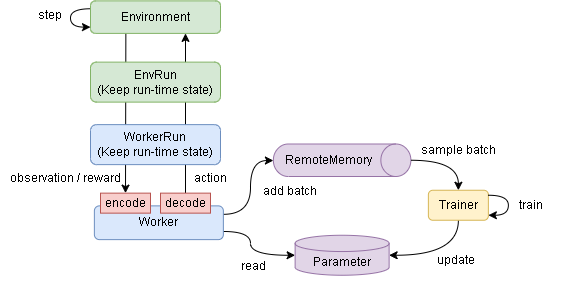
pocokhc/simple_distributed_rl keeps this draw.io diagram as diagrams/overview-sequence.drawio.png. Above is the earlier version. Source tidied: cells renumbered, new cells last; positions are measured from the earlier drawing's top-left corner, leaving out a move shared by most shapes.
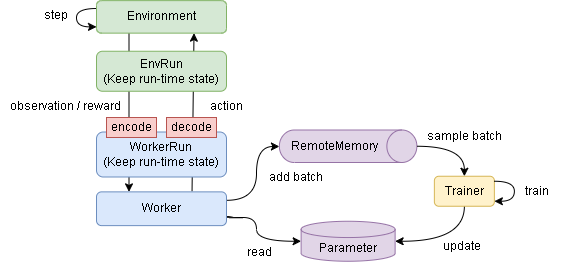
The same file after the commit.

The edit, as a diff of the source:
```diff
@@ -2,13 +2,11 @@
   <root>
     <mxCell id="0" />
     <mxCell id="1" parent="0" />
-    <mxCell id="2" style="rounded=0;jettySize=auto;html=1;entryX=0.5;entryY=0;entryDx=0;entryDy=0;exitX=0.272;exitY=0.968;exitDx=0;exitDy=0;exitPerimeter=0;" parent="1" edge="1" source="23" target="28">
+    <mxCell id="2" style="rounded=0;jettySize=auto;html=1;entryX=0.25;entryY=0;entryDx=0;entryDy=0;exitX=0.25;exitY=1;exitDx=0;exitDy=0;" parent="1" edge="1" source="23" target="26">
       <mxGeometry relative="1" as="geometry" />
     </mxCell>
-    <mxCell id="3" style="rounded=0;jettySize=auto;html=1;exitX=0.5;exitY=0;exitDx=0;exitDy=0;" parent="1" edge="1" source="27">
-      <mxGeometry relative="1" as="geometry">
-        <mxPoint x="185" y="32.9" as="targetPoint" />
-      </mxGeometry>
+    <mxCell id="3" style="rounded=0;jettySize=auto;html=1;exitX=0.735;exitY=-0.021;exitDx=0;exitDy=0;exitPerimeter=0;entryX=0.75;entryY=1;entryDx=0;entryDy=0;" parent="1" edge="1" source="26" target="23">
+      <mxGeometry relative="1" as="geometry" />
     </mxCell>
     <mxCell id="4" style="edgeStyle=orthogonalEdgeStyle;curved=1;rounded=0;jettySize=auto;html=1;exitX=0;exitY=0.5;exitDx=0;exitDy=0;exitPerimeter=0;endArrow=none;endFill=0;startArrow=classic;startFill=1;entryX=1;entryY=0.75;entryDx=0;entryDy=0;" parent="1" edge="1" source="5" target="26">
       <mxGeometry relative="1" as="geometry">
@@ -30,16 +28,16 @@
     </mxCell>
     <mxCell id="8" style="edgeStyle=orthogonalEdgeStyle;rounded=0;orthogonalLoop=1;jettySize=auto;html=1;curved=1;exitX=0;exitY=0;exitDx=0;exitDy=0;" parent="1" edge="1">
       <mxGeometry relative="1" as="geometry">
-        <mxPoint x="90" y="8.3" as="sourcePoint" />
-        <mxPoint x="90" y="26.6" as="targetPoint" />
+        <mxPoint x="90" y="22" as="sourcePoint" />
+        <mxPoint x="90" y="40.4" as="targetPoint" />
         <Array as="points">
-          <mxPoint x="70" y="8.6" />
-          <mxPoint x="70" y="26.6" />
+          <mxPoint x="70" y="22.4" />
+          <mxPoint x="70" y="40.4" />
         </Array>
       </mxGeometry>
     </mxCell>
     <mxCell id="9" value="step" style="text;html=1;strokeColor=none;fillColor=none;align=center;verticalAlign=middle;whiteSpace=wrap;rounded=0;" parent="1" vertex="1">
-      <mxGeometry x="20" y="0.4" width="60" height="30" as="geometry" />
+      <mxGeometry x="20" y="14.1" width="60" height="30" as="geometry" />
     </mxCell>
     <mxCell id="10" style="edgeStyle=orthogonalEdgeStyle;curved=1;rounded=0;jettySize=auto;html=1;entryX=0.5;entryY=1;entryDx=0;entryDy=0;entryPerimeter=0;exitX=1;exitY=0.25;exitDx=0;exitDy=0;" parent="1" edge="1" source="26" target="14">
       <mxGeometry relative="1" as="geometry">
@@ -51,10 +49,10 @@
       </mxGeometry>
     </mxCell>
     <mxCell id="11" value="observation /&amp;nbsp;reward" style="text;html=1;strokeColor=none;fillColor=none;align=center;verticalAlign=middle;whiteSpace=wrap;rounded=0;" parent="1" vertex="1">
-      <mxGeometry y="162.6" width="130" height="30" as="geometry" />
+      <mxGeometry x="-6" y="104.7" width="130" height="30" as="geometry" />
     </mxCell>
     <mxCell id="12" value="action" style="text;html=1;strokeColor=none;fillColor=none;align=center;verticalAlign=middle;whiteSpace=wrap;rounded=0;" parent="1" vertex="1">
-      <mxGeometry x="180" y="162.9" width="60" height="30" as="geometry" />
+      <mxGeometry x="190" y="104.8" width="60" height="30" as="geometry" />
     </mxCell>
     <mxCell id="13" style="group;" parent="1" vertex="1">
       <mxGeometry x="272.9" y="143.5" width="137.5" height="32.5" as="geometry" />
@@ -87,22 +85,22 @@
       <mxGeometry x="487.9" y="189.8" width="85" height="30" as="geometry" />
     </mxCell>
     <mxCell id="23" value="Environment" style="rounded=1;whiteSpace=wrap;html=1;fillColor=#d5e8d4;strokeColor=#82b366;" parent="1" vertex="1">
-      <mxGeometry x="90" y="0.4" width="130" height="32.5" as="geometry" />
+      <mxGeometry x="90" y="14.1" width="130" height="32.5" as="geometry" />
     </mxCell>
     <mxCell id="24" value="EnvRun&lt;br&gt;(Keep run-time state)" style="rounded=1;whiteSpace=wrap;html=1;fillColor=#d5e8d4;strokeColor=#82b366;" parent="1" vertex="1">
-      <mxGeometry x="90" y="61.6" width="130" height="40" as="geometry" />
+      <mxGeometry x="90" y="64.8" width="130" height="40" as="geometry" />
     </mxCell>
     <mxCell id="25" value="WorkerRun&lt;br&gt;(Keep run-time state)" style="rounded=1;whiteSpace=wrap;html=1;fillColor=#dae8fc;strokeColor=#6c8ebf;" parent="1" vertex="1">
-      <mxGeometry x="90" y="124.1" width="130" height="40" as="geometry" />
+      <mxGeometry x="90" y="145.5" width="130" height="45" as="geometry" />
     </mxCell>
     <mxCell id="26" value="Worker" style="rounded=1;whiteSpace=wrap;html=1;fillColor=#dae8fc;strokeColor=#6c8ebf;" parent="1" vertex="1">
-      <mxGeometry x="93.9" y="205.4" width="129" height="33.8" as="geometry" />
+      <mxGeometry x="90" y="205.4" width="130" height="33.8" as="geometry" />
     </mxCell>
     <mxCell id="27" value="decode" style="rounded=0;whiteSpace=wrap;html=1;fillColor=#f8cecc;strokeColor=#b85450;" parent="1" vertex="1">
-      <mxGeometry x="160" y="192.6" width="50" height="20" as="geometry" />
+      <mxGeometry x="160" y="131" width="50" height="20" as="geometry" />
     </mxCell>
     <mxCell id="28" value="encode" style="rounded=0;whiteSpace=wrap;html=1;fillColor=#f8cecc;strokeColor=#b85450;" parent="1" vertex="1">
-      <mxGeometry x="100" y="192.6" width="50" height="20" as="geometry" />
+      <mxGeometry x="100" y="131" width="50" height="20" as="geometry" />
     </mxCell>
   </root>
 </mxGraphModel>
```
